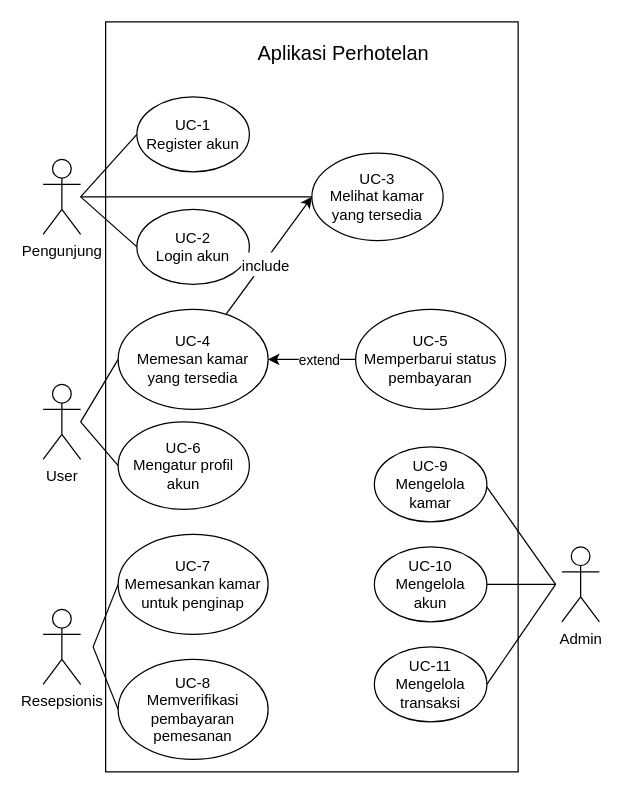
timmtimm/cozy-inn keeps this draw.io diagram as page "UCD" (2 of 2) of document/diagram.drawio. Above is the earlier version. Source tidied: cells renumbered, new cells numbered last; positions are measured from the earlier drawing's top-left corner, leaving out a move shared by most shapes. Both pictures are drawn from the tidied source at 125%, with x=0, y=0 at pixel (42, 21).
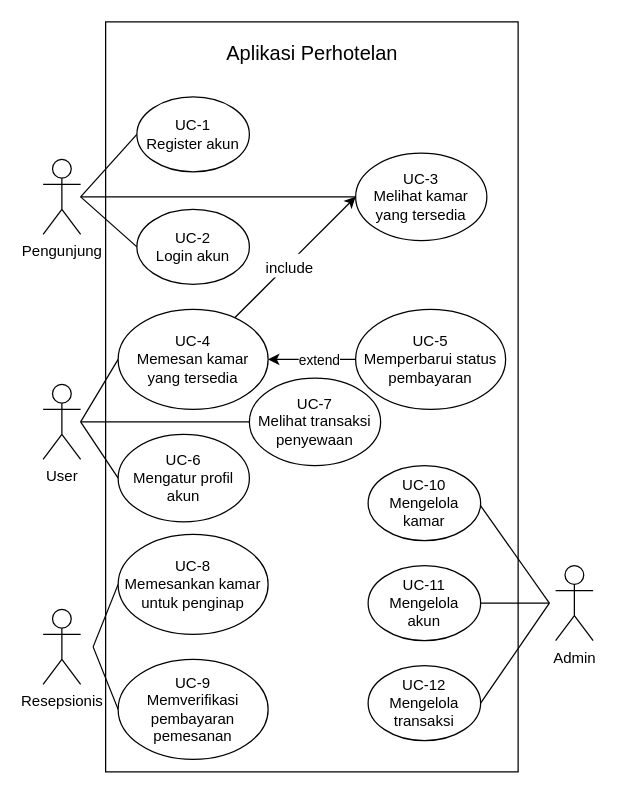
The same diagram, later.

Commit message:
docs: fix use case diagram

Unchanged cells that the change refers to:
```xml
<mxCell id="16" value="User" style="shape=umlActor;verticalLabelPosition=bottom;verticalAlign=top;html=1;outlineConnect=0;" parent="1" vertex="1">
  <mxGeometry y="290" width="30" height="60" as="geometry" />
</mxCell>
```

What changed in the source:
```diff
@@
     <mxCell id="9" style="edgeStyle=none;rounded=0;jettySize=auto;html=1;entryX=1;entryY=0.5;entryDx=0;entryDy=0;endArrow=none;endFill=0;" parent="1" edge="1" target="25">
       <mxGeometry relative="1" as="geometry">
-        <mxPoint x="410" y="450" as="sourcePoint" />
+        <mxPoint x="405" y="465" as="sourcePoint" />
       </mxGeometry>
     </mxCell>
     <mxCell id="10" style="edgeStyle=none;rounded=0;jettySize=auto;html=1;entryX=1;entryY=0.5;entryDx=0;entryDy=0;endArrow=none;endFill=0;" parent="1" edge="1" target="26">
       <mxGeometry relative="1" as="geometry">
-        <mxPoint x="410" y="450" as="sourcePoint" />
+        <mxPoint x="405" y="465" as="sourcePoint" />
       </mxGeometry>
     </mxCell>
     <mxCell id="11" style="rounded=0;jettySize=auto;html=1;entryX=0.999;entryY=0.533;entryDx=0;entryDy=0;entryPerimeter=0;endArrow=none;endFill=0;" parent="1" edge="1" target="19">
       <mxGeometry relative="1" as="geometry">
-        <mxPoint x="410" y="450" as="sourcePoint" />
+        <mxPoint x="405" y="465" as="sourcePoint" />
       </mxGeometry>
     </mxCell>
     <mxCell id="12" value="Admin" style="shape=umlActor;verticalLabelPosition=bottom;verticalAlign=top;html=1;" parent="1" vertex="1">
-      <mxGeometry x="415" y="420" width="30" height="60" as="geometry" />
+      <mxGeometry x="410" y="435" width="30" height="60" as="geometry" />
     </mxCell>
@@
+    <mxCell id="33" style="edgeStyle=orthogonalEdgeStyle;rounded=0;jettySize=auto;html=1;endArrow=none;endFill=0;" parent="1" edge="1" source="16" target="34">
+      <mxGeometry relative="1" as="geometry" />
+    </mxCell>
@@
     <mxCell id="18" value="UC-3&lt;br&gt;Melihat kamar yang tersedia" style="ellipse;whiteSpace=wrap;html=1;" parent="1" vertex="1">
-      <mxGeometry x="215" y="105" width="105" height="70" as="geometry" />
+      <mxGeometry x="250" y="105" width="105" height="70" as="geometry" />
     </mxCell>
-    <mxCell id="19" value="UC-9&lt;br&gt;Mengelola kamar" style="ellipse;whiteSpace=wrap;html=1;" parent="1" vertex="1">
-      <mxGeometry x="265" y="340" width="90" height="60" as="geometry" />
+    <mxCell id="19" value="UC-10&lt;br&gt;Mengelola kamar" style="ellipse;whiteSpace=wrap;html=1;" parent="1" vertex="1">
+      <mxGeometry x="260" y="355" width="90" height="60" as="geometry" />
     </mxCell>
@@
-    <mxCell id="23" value="UC-7&lt;br&gt;Memesankan kamar untuk penginap" style="ellipse;whiteSpace=wrap;html=1;" parent="1" vertex="1">
+    <mxCell id="23" value="UC-8&lt;br&gt;Memesankan kamar untuk penginap" style="ellipse;whiteSpace=wrap;html=1;" parent="1" vertex="1">
       <mxGeometry x="60" y="410" width="120" height="80" as="geometry" />
     </mxCell>
-    <mxCell id="24" value="UC-8&lt;br&gt;Memverifikasi pembayaran pemesanan" style="ellipse;whiteSpace=wrap;html=1;" parent="1" vertex="1">
+    <mxCell id="24" value="UC-9&lt;br&gt;Memverifikasi pembayaran pemesanan" style="ellipse;whiteSpace=wrap;html=1;" parent="1" vertex="1">
       <mxGeometry x="60" y="510" width="120" height="80" as="geometry" />
     </mxCell>
-    <mxCell id="25" value="UC-10&lt;br&gt;Mengelola&lt;br&gt;akun" style="ellipse;whiteSpace=wrap;html=1;" parent="1" vertex="1">
-      <mxGeometry x="265" y="420" width="90" height="60" as="geometry" />
+    <mxCell id="25" value="UC-11&lt;br&gt;Mengelola&lt;br&gt;akun" style="ellipse;whiteSpace=wrap;html=1;" parent="1" vertex="1">
+      <mxGeometry x="260" y="435" width="90" height="60" as="geometry" />
     </mxCell>
-    <mxCell id="26" value="UC-11&lt;br&gt;Mengelola&lt;br&gt;transaksi" style="ellipse;whiteSpace=wrap;html=1;" parent="1" vertex="1">
-      <mxGeometry x="265" y="500" width="90" height="60" as="geometry" />
+    <mxCell id="26" value="UC-12&lt;br&gt;Mengelola&lt;br&gt;transaksi" style="ellipse;whiteSpace=wrap;html=1;" parent="1" vertex="1">
+      <mxGeometry x="260" y="515" width="90" height="60" as="geometry" />
     </mxCell>
@@
     <mxCell id="30" value="UC-6&lt;br&gt;Mengatur profil&lt;br&gt;akun" style="ellipse;whiteSpace=wrap;html=1;" parent="1" vertex="1">
-      <mxGeometry x="60" y="320" width="105" height="70" as="geometry" />
+      <mxGeometry x="60" y="330" width="105" height="70" as="geometry" />
     </mxCell>
@@
     <mxCell id="32" value="&lt;font style=&quot;font-size: 16px;&quot;&gt;Aplikasi Perhotelan&lt;/font&gt;" style="text;html=1;strokeColor=none;fillColor=none;align=center;verticalAlign=middle;whiteSpace=wrap;rounded=0;" parent="1" vertex="1">
-      <mxGeometry x="162.5" y="10" width="155" height="30" as="geometry" />
+      <mxGeometry x="137.5" y="10" width="155" height="30" as="geometry" />
     </mxCell>
+    <mxCell id="34" value="UC-7&lt;br&gt;Melihat transaksi penyewaan" style="ellipse;whiteSpace=wrap;html=1;" parent="1" vertex="1">
+      <mxGeometry x="165" y="285" width="105" height="70" as="geometry" />
+    </mxCell>
```
